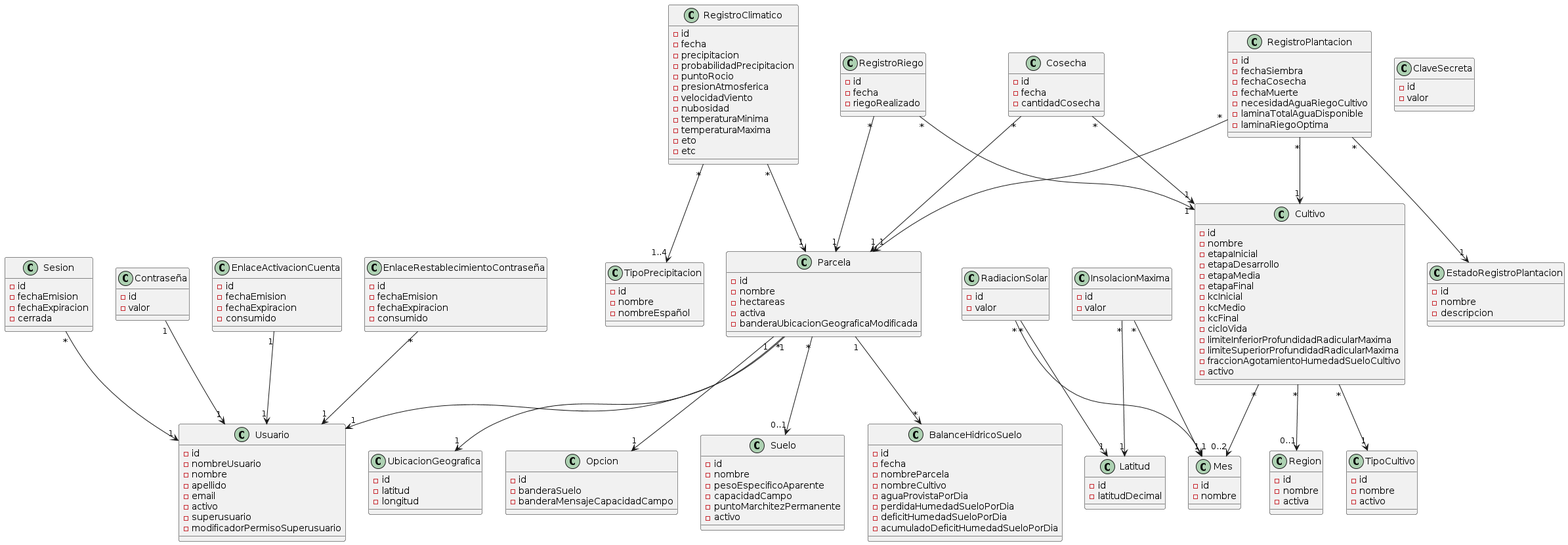
The PlantUML diagram docs/domain model/Modelo de dominio.png in facundopaez-dev/sistema-web-riego, before a commit.
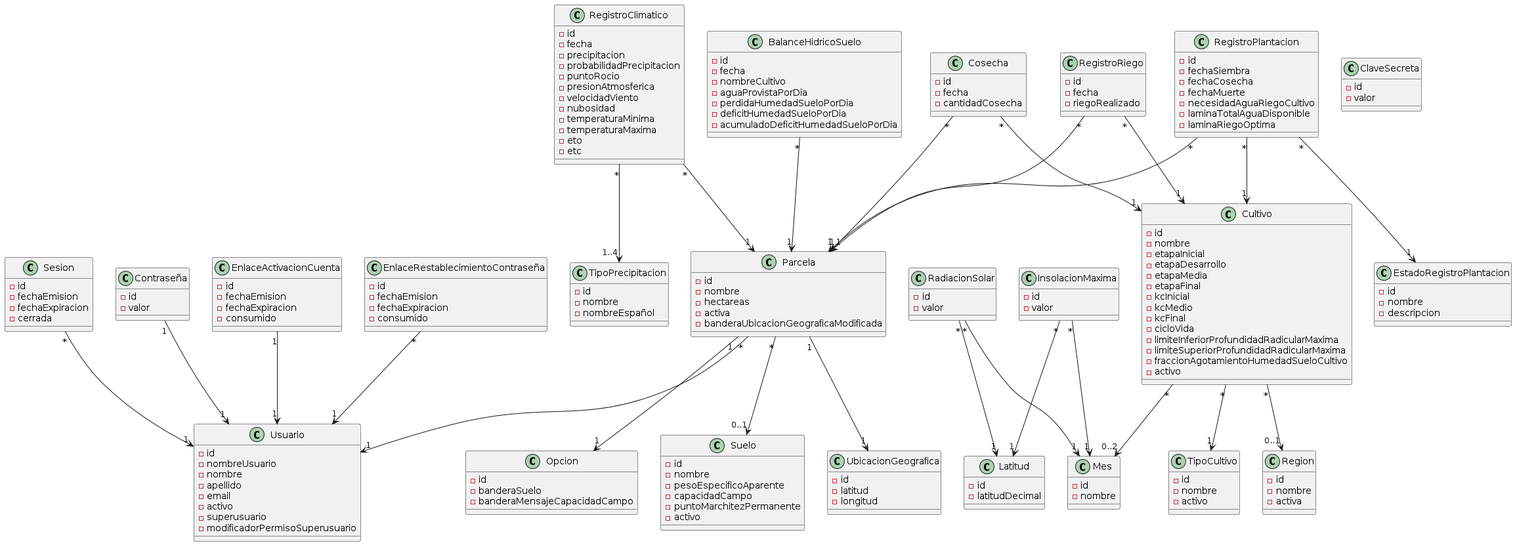
Later version of the same file.

Diff of the diagram source:
```diff
@@ -20,7 +20,7 @@
 Cultivo "*" --> "0..2" Mes
 Parcela "*" --> "0..1" Suelo
 Contraseña "1" --> "1" Usuario
-Parcela "1" --> "*" BalanceHidricoSuelo
+BalanceHidricoSuelo "*" --> "1" Parcela
 Cosecha "*" --> "1" Parcela
 Cosecha "*" --> "1" Cultivo
 Parcela "1" --> "1" UbicacionGeografica
@@ -183,7 +183,6 @@
 class BalanceHidricoSuelo {
 -id
 -fecha
--nombreParcela
 -nombreCultivo
 -aguaProvistaPorDia
 -perdidaHumedadSueloPorDia
```
